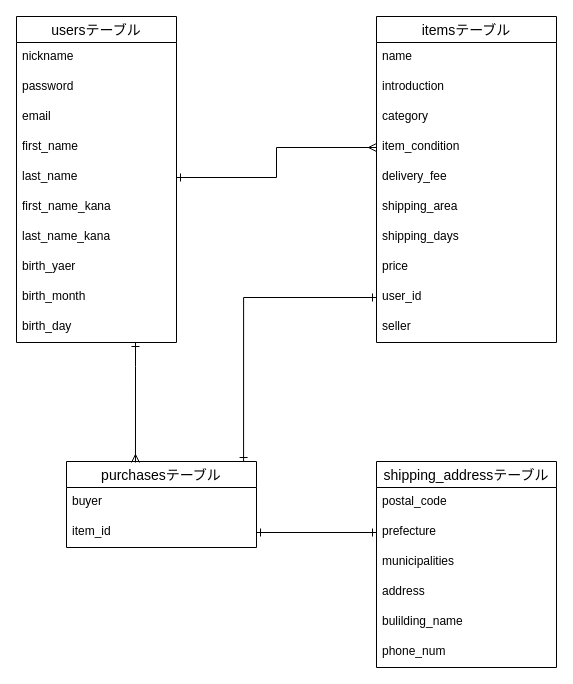
The draw.io diagram config/furima.dio in gobaru/furima-34488, before the edit. Source tidied: cells renumbered, new cells numbered last; positions are measured from the earlier drawing's top-left corner, leaving out a move shared by most shapes. Both pictures are drawn from the tidied source at 100%, with x=0, y=0 at pixel (16, 16).
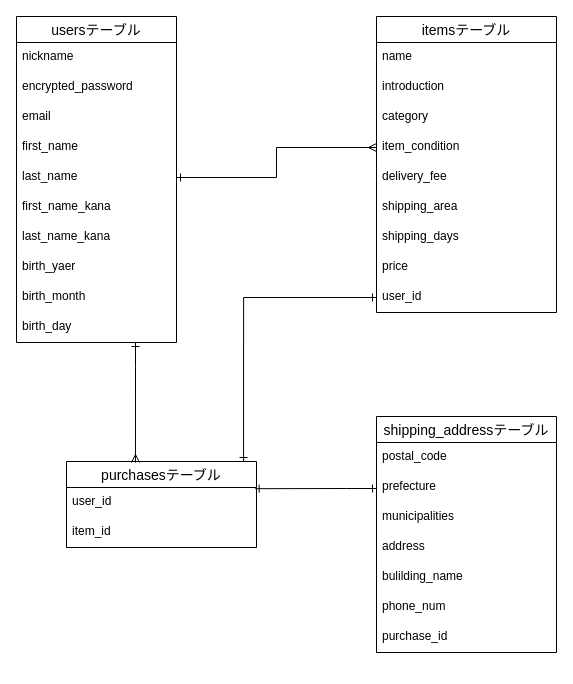
The same page after the edit.

Unchanged cells that the change refers to:
```xml
<mxCell id="2" value="usersテーブル" style="swimlane;fontStyle=0;horizontal=1;startSize=26;align=center;fontSize=14;" parent="1" vertex="1">
  <mxGeometry width="160" height="326" as="geometry" />
</mxCell>
<mxCell id="24" value="purchasesテーブル" style="swimlane;fontStyle=0;horizontal=1;startSize=26;align=center;fontSize=14;" parent="1" vertex="1">
  <mxGeometry x="50" y="445" width="190" height="86" as="geometry" />
</mxCell>
<mxCell id="26" value="item_id" style="text;strokeColor=none;fillColor=none;spacingLeft=4;spacingRight=4;overflow=hidden;points=[[0,0.5],[1,0.5]];portConstraint=eastwest;fontSize=12;" parent="24" vertex="1">
  <mxGeometry y="56" width="190" height="30" as="geometry" />
</mxCell>
<mxCell id="30" value="prefecture" style="text;strokeColor=none;fillColor=none;spacingLeft=4;spacingRight=4;overflow=hidden;points=[[0,0.5],[1,0.5]];portConstraint=eastwest;fontSize=12;" parent="28" vertex="1">
  <mxGeometry y="56" width="180" height="30" as="geometry" />
</mxCell>
```

Change to the diagram source:
```diff
@@
-    <mxCell id="4" value="password" style="text;strokeColor=none;fillColor=none;spacingLeft=4;spacingRight=4;overflow=hidden;fontSize=12;" parent="2" vertex="1">
+    <mxCell id="4" value="encrypted_password" style="text;strokeColor=none;fillColor=none;spacingLeft=4;spacingRight=4;overflow=hidden;fontSize=12;" parent="2" vertex="1">
       <mxGeometry y="56" width="160" height="30" as="geometry" />
     </mxCell>
@@
     <mxCell id="13" value="itemsテーブル" style="swimlane;fontStyle=0;horizontal=1;startSize=26;align=center;fontSize=14;" parent="1" vertex="1">
-      <mxGeometry x="360" width="180" height="326" as="geometry" />
+      <mxGeometry x="360" width="180" height="296" as="geometry" />
     </mxCell>
@@
-    <mxCell id="23" value="seller" style="text;strokeColor=none;fillColor=none;spacingLeft=4;spacingRight=4;overflow=hidden;fontSize=12;" parent="13" vertex="1">
-      <mxGeometry y="296" width="180" height="30" as="geometry" />
-    </mxCell>
@@
-    <mxCell id="25" value="buyer" style="text;strokeColor=none;fillColor=none;spacingLeft=4;spacingRight=4;overflow=hidden;points=[[0,0.5],[1,0.5]];portConstraint=eastwest;fontSize=12;" parent="24" vertex="1">
+    <mxCell id="25" value="user_id" style="text;strokeColor=none;fillColor=none;spacingLeft=4;spacingRight=4;overflow=hidden;points=[[0,0.5],[1,0.5]];portConstraint=eastwest;fontSize=12;" parent="24" vertex="1">
       <mxGeometry y="26" width="190" height="30" as="geometry" />
     </mxCell>
@@
     <mxCell id="28" value="shipping_addressテーブル" style="swimlane;fontStyle=0;horizontal=1;startSize=26;align=center;fontSize=14;" parent="1" vertex="1">
-      <mxGeometry x="360" y="445" width="180" height="206" as="geometry" />
+      <mxGeometry x="360" y="400" width="180" height="236" as="geometry" />
     </mxCell>
@@
+    <mxCell id="38" value="purchase_id" style="text;strokeColor=none;fillColor=none;spacingLeft=4;spacingRight=4;overflow=hidden;fontSize=12;" parent="28" vertex="1">
+      <mxGeometry y="206" width="180" height="30" as="geometry" />
+    </mxCell>
@@
-    <mxCell id="37" style="edgeStyle=orthogonalEdgeStyle;rounded=0;jettySize=auto;html=1;entryX=1;entryY=0.5;entryDx=0;entryDy=0;startArrow=ERone;startFill=0;endArrow=ERone;endFill=0;" parent="1" edge="1" source="30" target="26">
-      <mxGeometry relative="1" as="geometry" />
+    <mxCell id="37" style="edgeStyle=orthogonalEdgeStyle;rounded=0;jettySize=auto;html=1;entryX=0.993;entryY=0.04;entryDx=0;entryDy=0;startArrow=ERone;startFill=0;endArrow=ERone;endFill=0;entryPerimeter=0;" parent="1" edge="1" source="30" target="25">
+      <mxGeometry relative="1" as="geometry">
+        <Array as="points">
+          <mxPoint x="330" y="472" />
+          <mxPoint x="330" y="472" />
+        </Array>
+      </mxGeometry>
     </mxCell>
```
